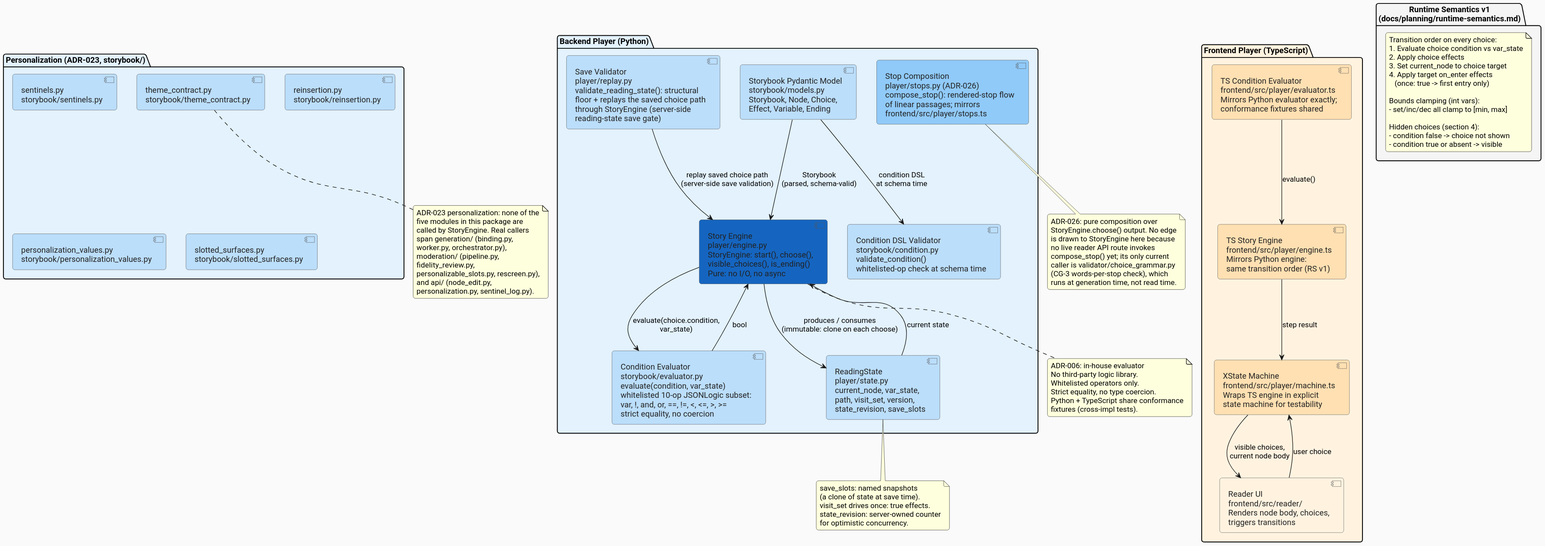
ByronWilliamsCPA/cyo-adventure keeps this PlantUML diagram as docs/architecture/diagrams/component-player.svg. Above is the earlier version.
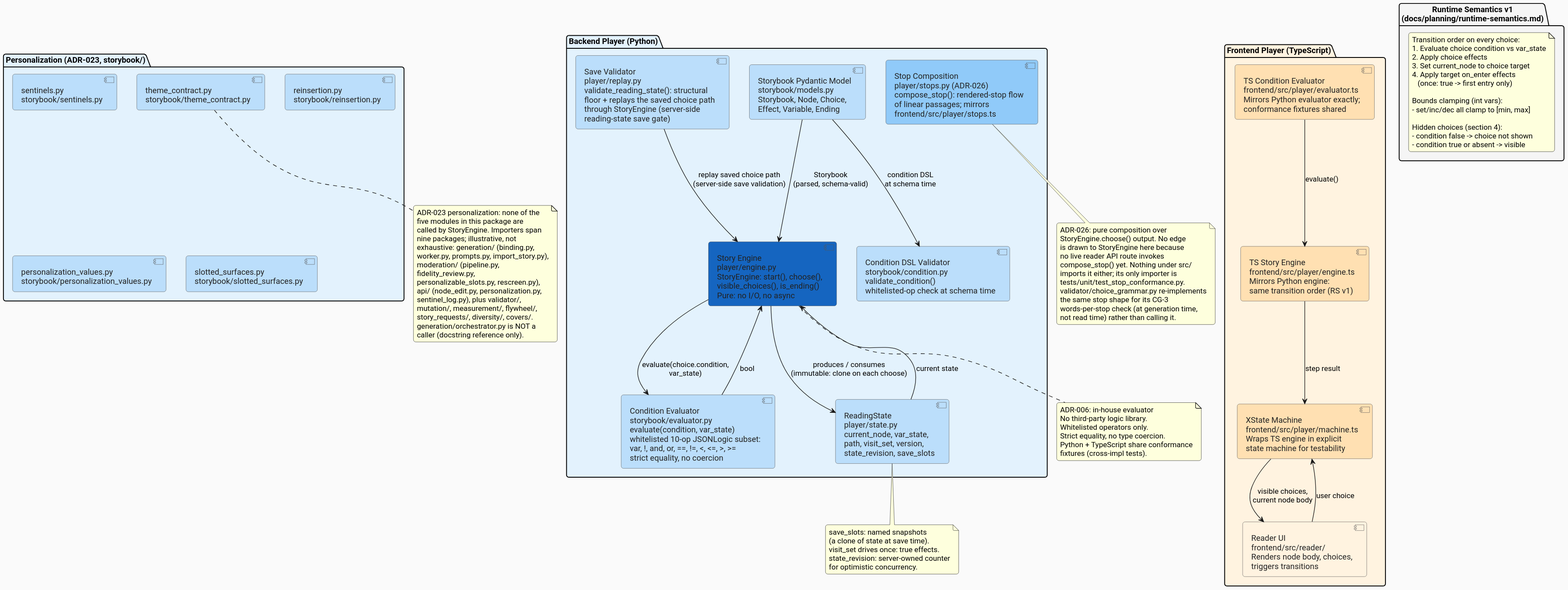
The same diagram one commit later.

Change to the diagram source:
```diff
@@ -101,22 +101,30 @@
   StoryEngine.choose() output. No edge
   is drawn to StoryEngine here because
   no live reader API route invokes
-  compose_stop() yet; its only current
-  caller is validator/choice_grammar.py
-  (CG-3 words-per-stop check), which
-  runs at generation time, not read time.
+  compose_stop() yet. Nothing under src/
+  imports it either; its only importer is
+  tests/unit/test_stop_conformance.py.
+  validator/choice_grammar.py re-implements
+  the same stop shape for its CG-3
+  words-per-stop check (at generation time,
+  not read time) rather than calling it.
 end note
 
 note bottom of theme_contract
   ADR-023 personalization: none of the
   five modules in this package are
-  called by StoryEngine. Real callers
-  span generation/ (binding.py,
-  worker.py, orchestrator.py),
+  called by StoryEngine. Importers span
+  nine packages; illustrative, not
+  exhaustive: generation/ (binding.py,
+  worker.py, prompts.py, import_story.py),
   moderation/ (pipeline.py,
   fidelity_review.py,
   personalizable_slots.py, rescreen.py),
-  and api/ (node_edit.py,
-  personalization.py, sentinel_log.py).
+  api/ (node_edit.py, personalization.py,
+  sentinel_log.py), plus validator/,
+  mutation/, measurement/, flywheel/,
+  story_requests/, diversity/, covers/.
+  generation/orchestrator.py is NOT a
+  caller (docstring reference only).
 end note
 @enduml
```
